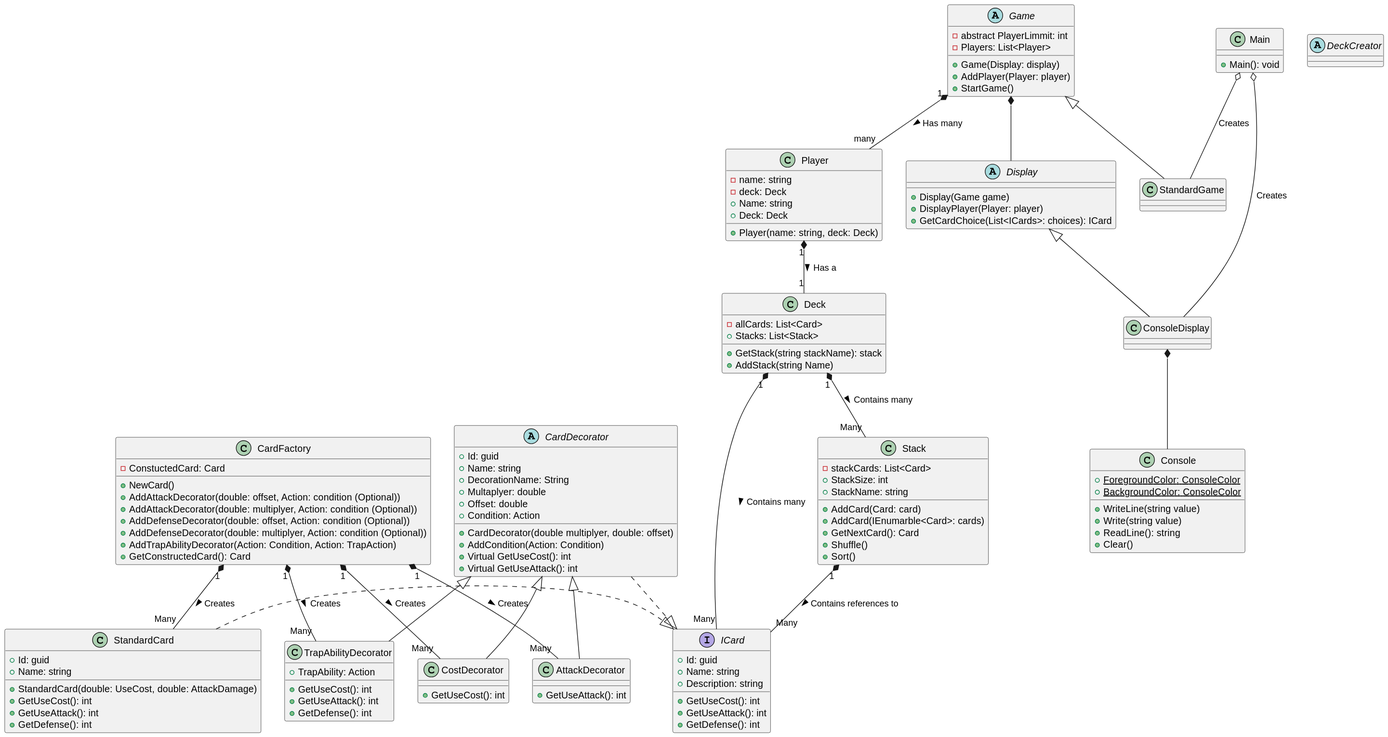
KunoDLK/UNIDesignPatternsICA keeps this PlantUML diagram as Part 1 - Anlysis/Exported Diagrams/Improved.svg. Above is the earlier version. Source of this version:
```plantuml
@startuml

class Main {
    + Main(): void
}

class Console {
    + WriteLine(string value)
    + Write(string value)
    + ReadLine(): string
    + Clear()
    {static} +ForegroundColor: ConsoleColor
    {static} +BackgroundColor: ConsoleColor
}

class ConsoleDisplay extends Display {

}

abstract Display {
    + Display(Game game)
    + DisplayPlayer(Player: player)
    + GetCardChoice(List<ICards>: choices): ICard
}

abstract DeckCreator
{

}

class StandardGame extends Game{

}

abstract Game {
    - abstract PlayerLimmit: int
    - Players: List<Player>
    + Game(Display: display)
    + AddPlayer(Player: player)
    + StartGame()
}

class Player {
    - name: string
    - deck: Deck
    + Player(name: string, deck: Deck)
    + Name: string
    + Deck: Deck
}

class Deck {
    - allCards: List<Card>
    + Stacks: List<Stack>
    + GetStack(string stackName): stack
    + AddStack(string Name)
}

class Stack {
    - stackCards: List<Card>
    + StackSize: int
    + StackName: string
    + AddCard(Card: card)
    + AddCard(IEnumarble<Card>: cards)
    + GetNextCard(): Card
    + Shuffle()
    + Sort()
}

class CardFactory
{
    - ConstuctedCard: Card
    + NewCard()
    + AddAttackDecorator(double: offset, Action: condition (Optional))
    + AddAttackDecorator(double: multiplyer, Action: condition (Optional))
    + AddDefenseDecorator(double: offset, Action: condition (Optional))
    + AddDefenseDecorator(double: multiplyer, Action: condition (Optional))
    + AddTrapAbilityDecorator(Action: Condition, Action: TrapAction)
    + GetConstructedCard(): Card
}

interface ICard {
    + Id: guid
    + Name: string
    + Description: string
    + GetUseCost(): int
    + GetUseAttack(): int
    + GetDefense(): int
}

abstract CardDecorator {
    + Id: guid
    + Name: string
    + DecorationName: String
    + Multaplyer: double
    + Offset: double
    + Condition: Action
    + CardDecorator(double multiplyer, double: offset)
    + AddCondition(Action: Condition)
    + Virtual GetUseCost(): int
    + Virtual GetUseAttack(): int
}

class AttackDecorator extends CardDecorator {
    + GetUseAttack(): int
}

class CostDecorator extends CardDecorator {
    + GetUseCost(): int
}

class TrapAbilityDecorator extends CardDecorator {
    + TrapAbility: Action
    + GetUseCost(): int
    + GetUseAttack(): int
    + GetDefense(): int
}

class StandardCard {
    + Id: guid
    + Name: string
    + StandardCard(double: UseCost, double: AttackDamage)
    + GetUseCost(): int
    + GetUseAttack(): int
    + GetDefense(): int
}


Main o-- StandardGame: Creates
Main o-- ConsoleDisplay: Creates
ConsoleDisplay *-- Console
Game *-- Display
Game "1" *-- "many" Player : Has many >

Player "1" *-- "1" Deck : Has a >
Deck "1" *-- "Many" Stack : Contains many >

Deck "1" *-- "Many" ICard : Contains many >
Stack "1" *-- "Many" ICard : Contains references to  >

StandardCard .|> ICard
CardDecorator .|> ICard
CardFactory "1" *-- "Many" StandardCard : Creates >
CardFactory "1" *-- "Many" AttackDecorator : Creates >
CardFactory "1" *-- "Many" CostDecorator : Creates >
CardFactory "1" *-- "Many" TrapAbilityDecorator : Creates >

@enduml
```
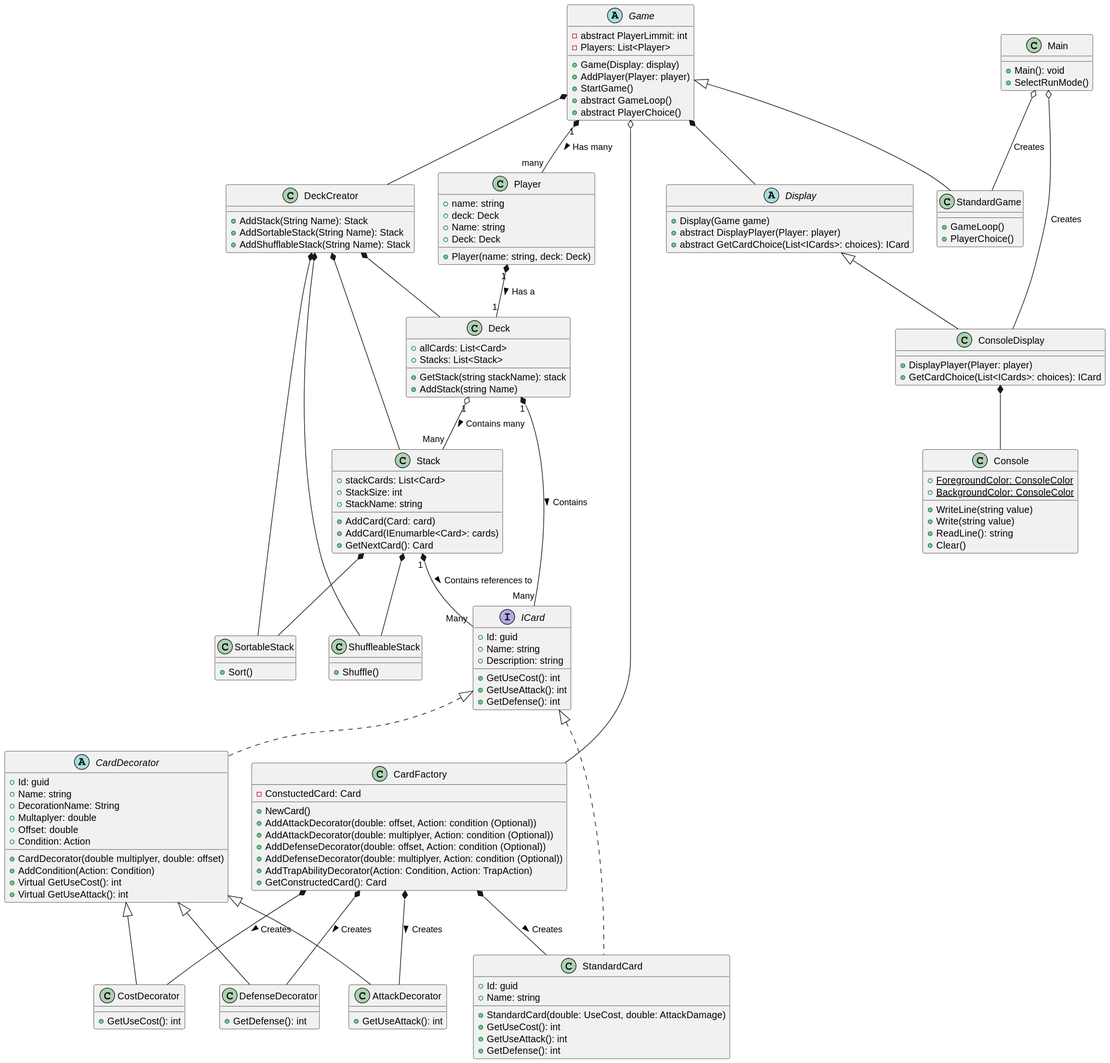
Later version of the same file.

Diff of the diagram source:
```diff
@@ -2,6 +2,7 @@
 
 class Main {
     + Main(): void
+    + SelectRunMode()
 }
 
 class Console {
@@ -14,22 +15,20 @@
 }
 
 class ConsoleDisplay extends Display {
-
+    + DisplayPlayer(Player: player)
+    + GetCardChoice(List<ICards>: choices): ICard
 }
 
 abstract Display {
     + Display(Game game)
-    + DisplayPlayer(Player: player)
-    + GetCardChoice(List<ICards>: choices): ICard
+    + abstract DisplayPlayer(Player: player)
+    + abstract GetCardChoice(List<ICards>: choices): ICard
 }
 
-abstract DeckCreator
-{
-
-}
 
 class StandardGame extends Game{
-
+    + GameLoop()
+    + PlayerChoice()
 }
 
 abstract Game {
@@ -38,32 +37,40 @@
     + Game(Display: display)
     + AddPlayer(Player: player)
     + StartGame()
+    + abstract GameLoop()
+    + abstract PlayerChoice()
 }
 
 class Player {
-    - name: string
-    - deck: Deck
+    + name: string
+    + deck: Deck
     + Player(name: string, deck: Deck)
     + Name: string
     + Deck: Deck
 }
 
 class Deck {
-    - allCards: List<Card>
+    + allCards: List<Card>
     + Stacks: List<Stack>
     + GetStack(string stackName): stack
     + AddStack(string Name)
 }
 
 class Stack {
-    - stackCards: List<Card>
+    + stackCards: List<Card>
     + StackSize: int
     + StackName: string
     + AddCard(Card: card)
     + AddCard(IEnumarble<Card>: cards)
     + GetNextCard(): Card
+}
+
+class SortableStack {
+    + Sort()
+}
+
+class ShuffleableStack {
     + Shuffle()
-    + Sort()
 }
 
 class CardFactory
@@ -108,13 +115,9 @@
     + GetUseCost(): int
 }
 
-class TrapAbilityDecorator extends CardDecorator {
-    + TrapAbility: Action
-    + GetUseCost(): int
-    + GetUseAttack(): int
+class DefenseDecorator extends CardDecorator {
     + GetDefense(): int
 }
-
 class StandardCard {
     + Id: guid
     + Name: string
@@ -124,24 +127,40 @@
     + GetDefense(): int
 }
 
+Class DeckCreator {
+    + AddStack(String Name): Stack
+    + AddSortableStack(String Name): Stack
+    + AddShufflableStack(String Name): Stack
+}
 
 Main o-- StandardGame: Creates
 Main o-- ConsoleDisplay: Creates
+
+
 ConsoleDisplay *-- Console
 Game *-- Display
 Game "1" *-- "many" Player : Has many >
 
 Player "1" *-- "1" Deck : Has a >
-Deck "1" *-- "Many" Stack : Contains many >
+Game o-down- CardFactory
+Game *-down- DeckCreator
 
-Deck "1" *-- "Many" ICard : Contains many >
+DeckCreator *-down- Stack
+DeckCreator *-down- SortableStack
+DeckCreator *-down- ShuffleableStack
+DeckCreator *-down- Deck
+
+Deck "1" o-- "Many" Stack : Contains many >
+Deck "1" *-- "Many" ICard : Contains >
 Stack "1" *-- "Many" ICard : Contains references to  >
+Stack *-down- SortableStack
+Stack *-down- ShuffleableStack
 
-StandardCard .|> ICard
-CardDecorator .|> ICard
-CardFactory "1" *-- "Many" StandardCard : Creates >
-CardFactory "1" *-- "Many" AttackDecorator : Creates >
-CardFactory "1" *-- "Many" CostDecorator : Creates >
-CardFactory "1" *-- "Many" TrapAbilityDecorator : Creates >
+StandardCard .up.|> ICard
+CardDecorator .up.|> ICard
+CardFactory *-down- StandardCard : Creates >
+CardFactory *-down- AttackDecorator : Creates >
+CardFactory *-down- CostDecorator : Creates >
+CardFactory *-down- DefenseDecorator : Creates >
 
 @enduml
```
